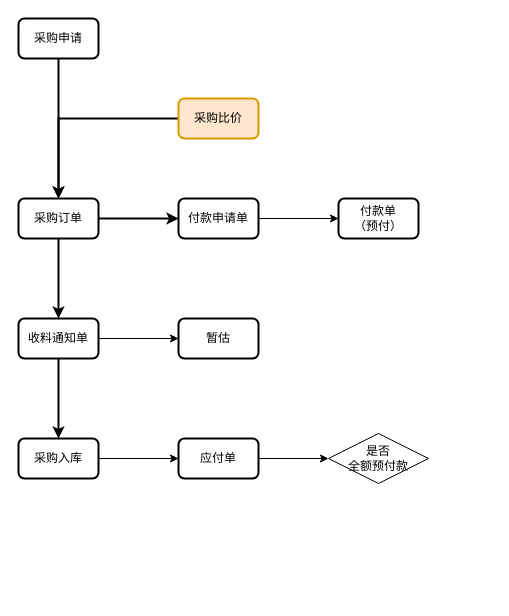
This is page "采购流程" (1 of 4) of 采购订单审批.drawio from woaj01/-, a draw.io file, before an edit. Source tidied: cells renumbered, new cells numbered last; positions are measured from the earlier drawing's top-left corner, leaving out a move shared by most shapes. Both pictures are drawn from the tidied source at 100%, with x=0, y=0 at pixel (18, 18).
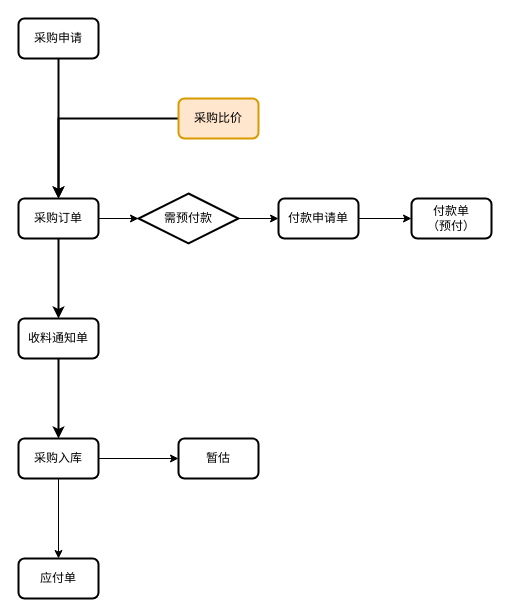
Above is the later version.

Commit message:
更新采购订单审批.drawio

The change refers to these unchanged cells:
```xml
<mxCell id="8" value="采购订单" style="rounded=1;whiteSpace=wrap;html=1;strokeWidth=2;" parent="1" vertex="1">
  <mxGeometry y="180" width="80" height="40" as="geometry" />
</mxCell>
<mxCell id="14" value="收料通知单" style="rounded=1;whiteSpace=wrap;html=1;strokeWidth=2;" parent="1" vertex="1">
  <mxGeometry y="300" width="80" height="40" as="geometry" />
</mxCell>
```

Diff of the diagram source:
```diff
@@
-    <mxCell id="7" style="edgeStyle=orthogonalEdgeStyle;rounded=0;jettySize=auto;html=1;strokeWidth=2;" parent="1" edge="1" source="8" target="10">
-      <mxGeometry relative="1" as="geometry" />
-    </mxCell>
+    <mxCell id="21" style="edgeStyle=orthogonalEdgeStyle;rounded=0;jettySize=auto;html=1;" parent="1" edge="1" source="8" target="20">
+      <mxGeometry relative="1" as="geometry" />
+    </mxCell>
@@
     <mxCell id="10" value="付款申请单" style="rounded=1;whiteSpace=wrap;html=1;strokeWidth=2;" parent="1" vertex="1">
-      <mxGeometry x="160" y="180" width="80" height="40" as="geometry" />
+      <mxGeometry x="260" y="180" width="80" height="40" as="geometry" />
     </mxCell>
     <mxCell id="11" value="付款单&lt;br&gt;（预付）" style="rounded=1;whiteSpace=wrap;html=1;strokeWidth=2;" parent="1" vertex="1">
-      <mxGeometry x="320" y="180" width="80" height="40" as="geometry" />
+      <mxGeometry x="393" y="180" width="80" height="40" as="geometry" />
     </mxCell>
@@
-    <mxCell id="13" style="edgeStyle=orthogonalEdgeStyle;rounded=0;jettySize=auto;html=1;" parent="1" edge="1" source="14" target="15">
-      <mxGeometry relative="1" as="geometry" />
-    </mxCell>
@@
+    <mxCell id="16" style="edgeStyle=orthogonalEdgeStyle;rounded=0;jettySize=auto;html=1;" parent="1" edge="1" source="17" target="19">
+      <mxGeometry relative="1" as="geometry" />
+    </mxCell>
+    <mxCell id="22" style="edgeStyle=orthogonalEdgeStyle;rounded=0;jettySize=auto;html=1;" parent="1" edge="1" source="17" target="15">
+      <mxGeometry relative="1" as="geometry" />
+    </mxCell>
+    <mxCell id="17" value="采购入库&lt;br&gt;" style="rounded=1;whiteSpace=wrap;html=1;strokeWidth=2;" parent="1" vertex="1">
+      <mxGeometry y="420" width="80" height="40" as="geometry" />
+    </mxCell>
     <mxCell id="15" value="暂估" style="rounded=1;whiteSpace=wrap;html=1;strokeWidth=2;" parent="1" vertex="1">
-      <mxGeometry x="160" y="300" width="80" height="40" as="geometry" />
+      <mxGeometry x="160" y="420" width="80" height="40" as="geometry" />
     </mxCell>
-    <mxCell id="16" style="edgeStyle=orthogonalEdgeStyle;rounded=0;jettySize=auto;html=1;" parent="1" edge="1" source="17" target="19">
-      <mxGeometry relative="1" as="geometry" />
-    </mxCell>
-    <mxCell id="17" value="采购入库&lt;br&gt;" style="rounded=1;whiteSpace=wrap;html=1;strokeWidth=2;" parent="1" vertex="1">
-      <mxGeometry y="420" width="80" height="40" as="geometry" />
-    </mxCell>
-    <mxCell id="18" style="edgeStyle=orthogonalEdgeStyle;rounded=0;jettySize=auto;html=1;exitX=1;exitY=0.5;exitDx=0;exitDy=0;entryX=0;entryY=0.5;entryDx=0;entryDy=0;" parent="1" edge="1" source="19" target="20">
-      <mxGeometry relative="1" as="geometry" />
-    </mxCell>
     <mxCell id="19" value="应付单" style="rounded=1;whiteSpace=wrap;html=1;strokeWidth=2;" parent="1" vertex="1">
-      <mxGeometry x="160" y="420" width="80" height="40" as="geometry" />
+      <mxGeometry y="540" width="80" height="40" as="geometry" />
     </mxCell>
+    <mxCell id="23" style="edgeStyle=orthogonalEdgeStyle;rounded=0;jettySize=auto;html=1;" parent="1" edge="1" source="20" target="10">
+      <mxGeometry relative="1" as="geometry" />
+    </mxCell>
-    <mxCell id="20" value="是否&lt;br&gt;全额预付款" style="rhombus;whiteSpace=wrap;html=1;" parent="1" vertex="1">
-      <mxGeometry x="310" y="415" width="100" height="50" as="geometry" />
+    <mxCell id="20" value="需预付款" style="rhombus;whiteSpace=wrap;html=1;strokeWidth=2;" parent="1" vertex="1">
+      <mxGeometry x="120" y="175" width="100" height="50" as="geometry" />
     </mxCell>
```
